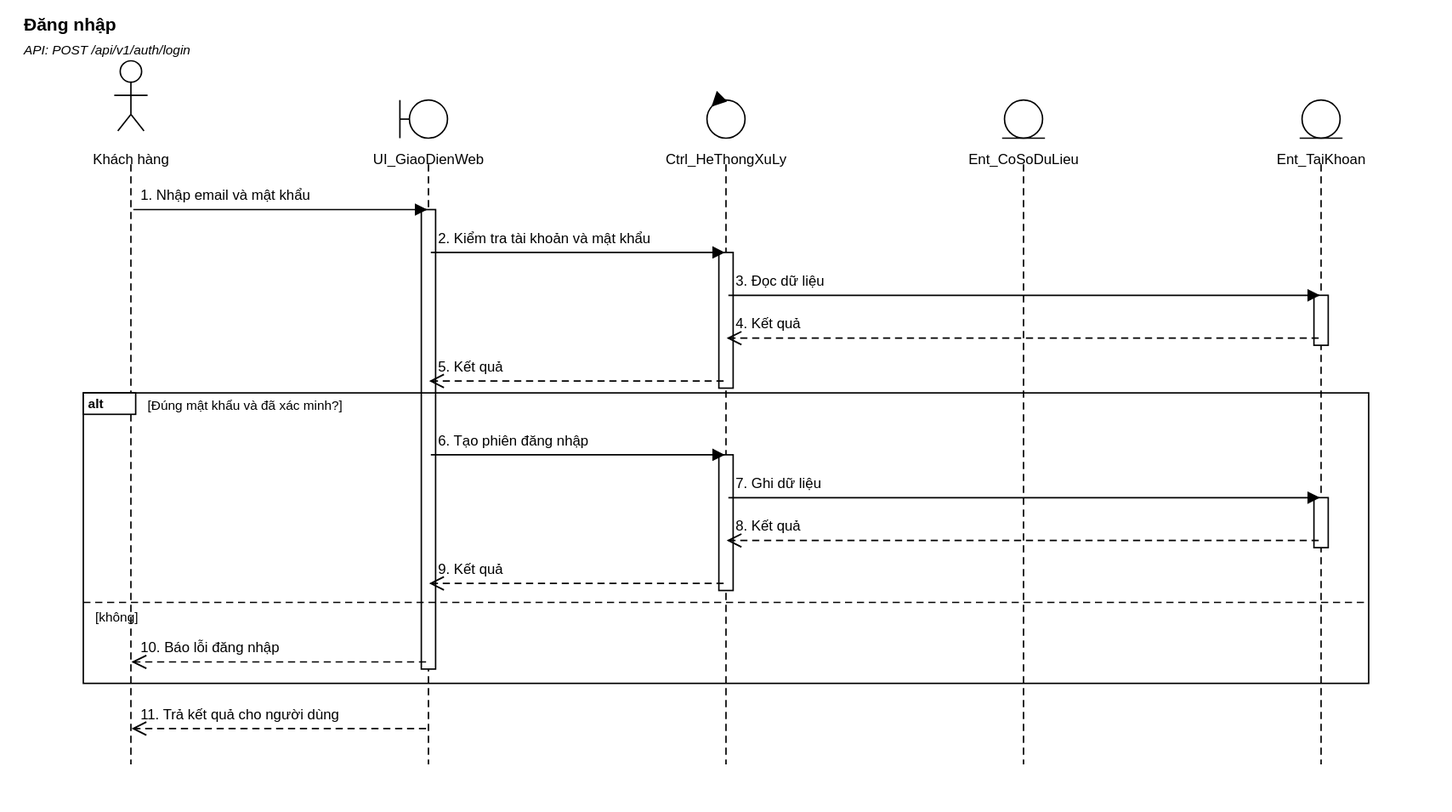
This is docs/bieu_do_uml/svg/trinh_tu/UC09_dang_nhap.svg from Shmily2004/Moodbite, a PlantUML export, as it was before one commit. Its source is kept beside it as docs/bieu_do_uml/puml_du_phong/hoat_dong/UC09_dang_nhap.puml.
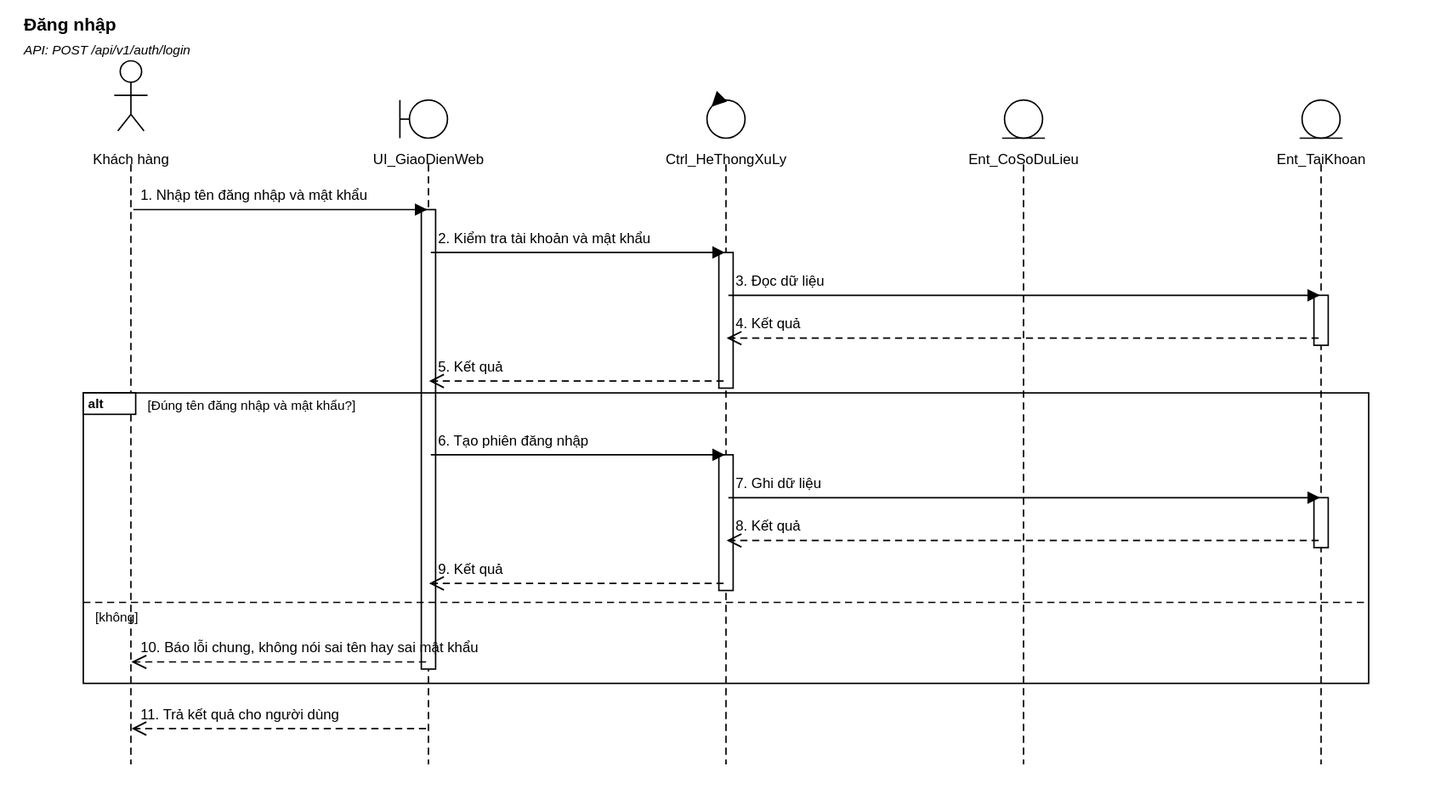
Later version of the same file.

Change to the diagram source:
```diff
@@ -1,16 +1,16 @@
 @startuml UC09_hoat_dong
 skinparam shadowing false
 start
-|Khách|
-:Nhập email và mật khẩu;
+|Khách hàng|
+:Nhập tên đăng nhập và mật khẩu;
 |Hệ thống|
-:POST /auth/login;
-if (Đúng mật khẩu và đã xác minh?) then (có)
+:Kiểm tra tài khoản và mật khẩu;
+if (Đúng tên đăng nhập và mật khẩu?) then (có)
   :Tạo phiên đăng nhập;
 else (không)
-  :Báo lỗi đăng nhập;
+  :Báo lỗi chung, không nói sai tên hay sai mật khẩu;
 endif
-|Khách|
+|Khách hàng|
 :Vào trang cá nhân hoặc sửa lại thông tin;
 stop
 @enduml
```
